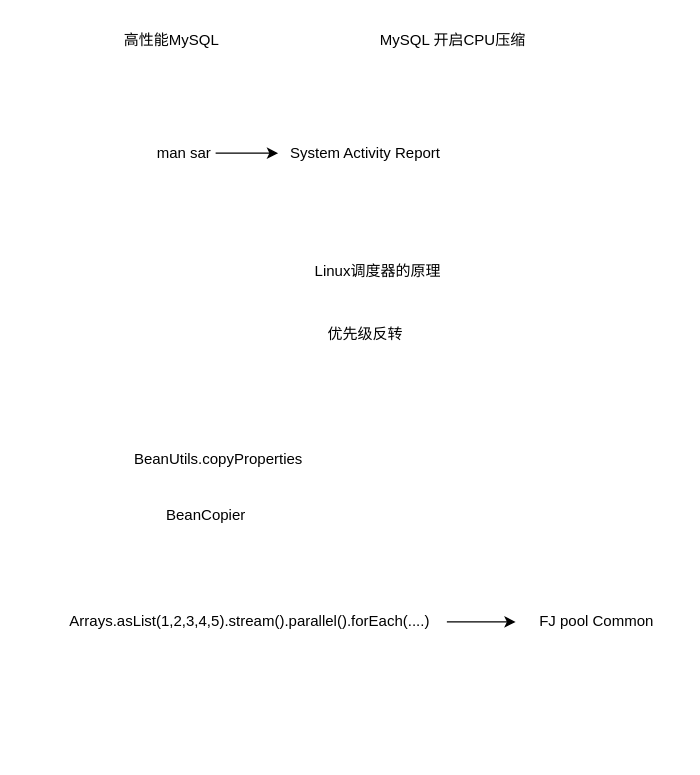
Before: Trick.drawio in haoboliu66/Diagram, a draw.io diagram. Source tidied: cells renumbered, new cells numbered last; positions are measured from the earlier drawing's top-left corner, leaving out a move shared by most shapes. Both pictures are drawn from the tidied source at 125%, with x=0, y=0 at pixel (52, 21).
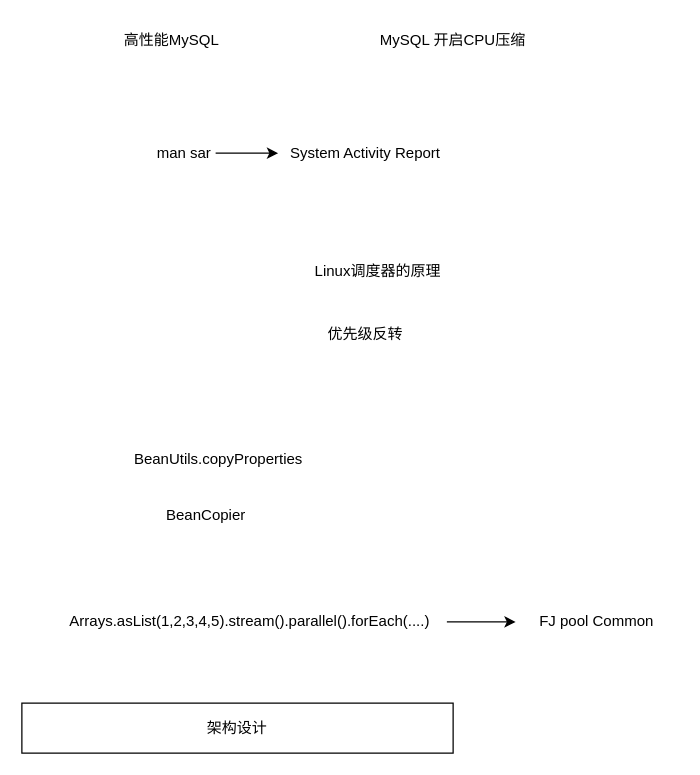
After the change.

What changed in the source:
```diff
@@
 <mxGraphModel>
   <root>
     <mxCell id="0" />
     <mxCell id="1" parent="0" />
     <mxCell id="2" style="edgeStyle=orthogonalEdgeStyle;rounded=0;jettySize=auto;html=1;" parent="1" edge="1" source="3" target="13">
       <mxGeometry relative="1" as="geometry" />
     </mxCell>
     <mxCell id="3" value="man sar" style="text;html=1;strokeColor=none;fillColor=none;align=center;verticalAlign=middle;whiteSpace=wrap;rounded=0;" parent="1" vertex="1">
       <mxGeometry x="80" y="95" width="50" height="20" as="geometry" />
     </mxCell>
     <mxCell id="4" value="高性能MySQL" style="text;html=1;strokeColor=none;fillColor=none;align=center;verticalAlign=middle;whiteSpace=wrap;rounded=0;" parent="1" vertex="1">
       <mxGeometry x="30" width="130" height="30" as="geometry" />
     </mxCell>
     <mxCell id="5" value="MySQL 开启CPU压缩" style="text;html=1;strokeColor=none;fillColor=none;align=center;verticalAlign=middle;whiteSpace=wrap;rounded=0;" parent="1" vertex="1">
       <mxGeometry x="260" width="120" height="30" as="geometry" />
     </mxCell>
     <mxCell id="6" value="优先级反转" style="text;html=1;strokeColor=none;fillColor=none;align=center;verticalAlign=middle;whiteSpace=wrap;rounded=0;" parent="1" vertex="1">
       <mxGeometry x="190" y="235" width="120" height="30" as="geometry" />
     </mxCell>
     <mxCell id="7" value="Linux调度器的原理" style="text;html=1;strokeColor=none;fillColor=none;align=center;verticalAlign=middle;whiteSpace=wrap;rounded=0;" parent="1" vertex="1">
       <mxGeometry x="200" y="185" width="120" height="30" as="geometry" />
     </mxCell>
     <mxCell id="8" value="BeanUtils.copyProperties" style="text;html=1;strokeColor=none;fillColor=none;align=center;verticalAlign=middle;whiteSpace=wrap;rounded=0;" parent="1" vertex="1">
       <mxGeometry x="35" y="335" width="195" height="30" as="geometry" />
     </mxCell>
     <mxCell id="9" value="BeanCopier" style="text;html=1;strokeColor=none;fillColor=none;align=center;verticalAlign=middle;whiteSpace=wrap;rounded=0;" parent="1" vertex="1">
       <mxGeometry x="45" y="380" width="155" height="30" as="geometry" />
     </mxCell>
     <mxCell id="10" style="edgeStyle=orthogonalEdgeStyle;rounded=0;jettySize=auto;html=1;" parent="1" edge="1" source="11" target="12">
       <mxGeometry relative="1" as="geometry" />
     </mxCell>
     <mxCell id="11" value="Arrays.asList(1,2,3,4,5).stream().parallel().forEach(....)" style="text;html=1;strokeColor=none;fillColor=none;align=center;verticalAlign=middle;whiteSpace=wrap;rounded=0;" parent="1" vertex="1">
       <mxGeometry y="465" width="315" height="30" as="geometry" />
     </mxCell>
     <mxCell id="12" value="FJ pool Common" style="text;html=1;strokeColor=none;fillColor=none;align=center;verticalAlign=middle;whiteSpace=wrap;rounded=0;" parent="1" vertex="1">
       <mxGeometry x="370" y="465" width="130" height="30" as="geometry" />
     </mxCell>
     <mxCell id="13" value="System Activity Report" style="text;html=1;strokeColor=none;fillColor=none;align=center;verticalAlign=middle;whiteSpace=wrap;rounded=0;" parent="1" vertex="1">
       <mxGeometry x="180" y="95" width="140" height="20" as="geometry" />
     </mxCell>
+    <mxCell id="14" value="架构设计" style="rounded=0;whiteSpace=wrap;html=1;" parent="1" vertex="1">
+      <mxGeometry x="-25" y="545" width="345" height="40" as="geometry" />
+    </mxCell>
   </root>
 </mxGraphModel>
```
